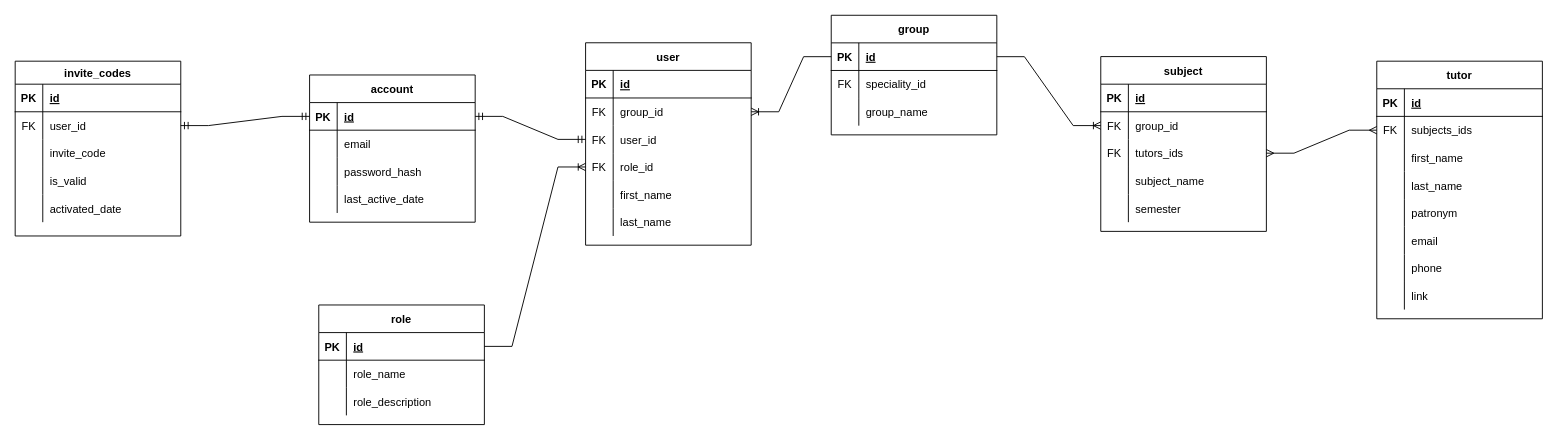
Before: databases/logical_er_dadyarri.drawio in student-archive/backend, a draw.io diagram. Source tidied: cells renumbered, new cells numbered last; positions are measured from the earlier drawing's top-left corner, leaving out a move shared by most shapes. Both pictures are drawn from the tidied source at 92%, with x=0, y=0 at pixel (15, 15).
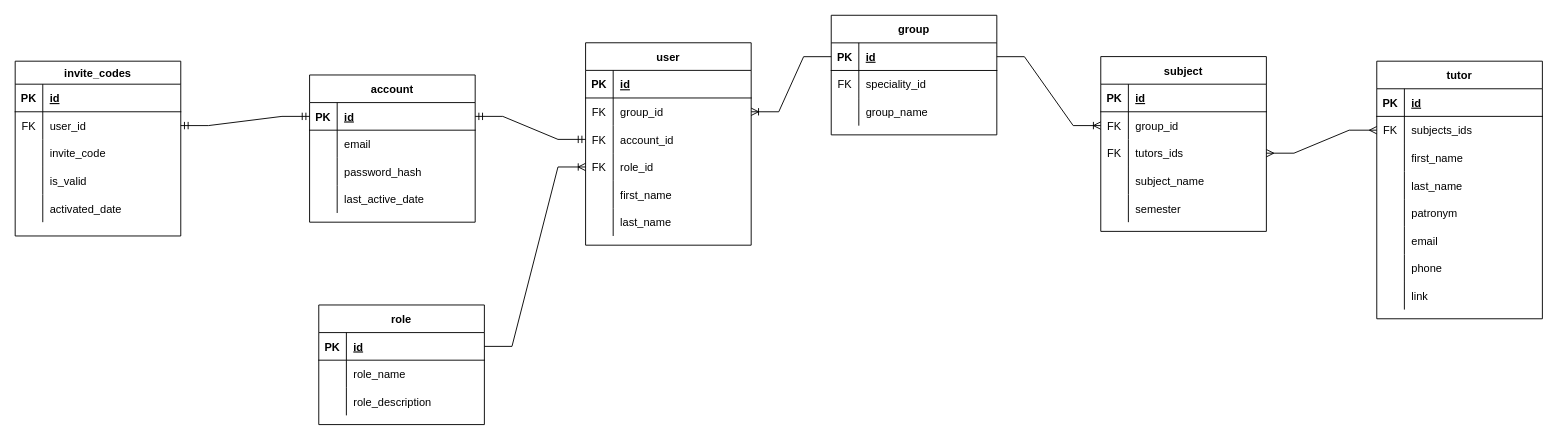
After the change.

Commit message:
fix(databases): rename field

Unchanged cells that the change refers to:
```xml
<mxCell id="75" style="shape=tableRow;horizontal=0;startSize=0;swimlaneHead=0;swimlaneBody=0;fillColor=none;points=[[0,0.5],[1,0.5]];portConstraint=eastwest;top=0;left=0;right=0;bottom=0;" parent="68" vertex="1">
  <mxGeometry y="90" width="180" height="30" as="geometry" />
</mxCell>
```

The edit, as a diff of the source:
```diff
@@
-    <mxCell id="77" value="user_id" style="shape=partialRectangle;fillColor=none;top=0;left=0;bottom=0;right=0;align=left;spacingLeft=6;fontStyle=0;overflow=hidden;" parent="75" vertex="1">
+    <mxCell id="77" value="account_id" style="shape=partialRectangle;fillColor=none;top=0;left=0;bottom=0;right=0;align=left;spacingLeft=6;fontStyle=0;overflow=hidden;" parent="75" vertex="1">
       <mxGeometry x="30" width="150" height="30" as="geometry" />
     </mxCell>
```
